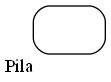
Above: reportes/Pila_IPC-001.png in SebastianVelasquezValle/IPC2_ProyectoVD2024_-202300580 (Graphviz), before the change. Its source is kept beside it as reportesdot/Pila_IPC-001.dot. Source of this version:
```dot
digraph G {
    rankdir=LR;
    node[shape=Mrecord];
    Pila[xlabel="Pila" label=""];
}
```
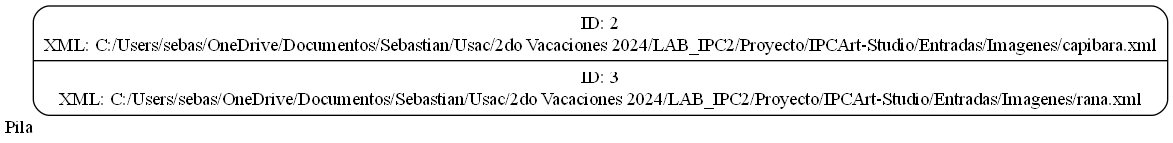
The same file after the commit.

Change to the diagram source:
```diff
@@ -1,5 +1,5 @@
 digraph G {
     rankdir=LR;
     node[shape=Mrecord];
-    Pila[xlabel="Pila" label=""];
+    Pila[xlabel="Pila" label="ID: 2\nXML: C:/Users/sebas/OneDrive/Documentos/Sebastian/Usac/2do Vacaciones 2024/LAB_IPC2/Proyecto/IPCArt-Studio/Entradas/Imagenes/capibara.xml\n|ID: 3\nXML: C:/Users/sebas/OneDrive/Documentos/Sebastian/Usac/2do Vacaciones 2024/LAB_IPC2/Proyecto/IPCArt-Studio/Entradas/Imagenes/rana.xml\n"];
 }
```
